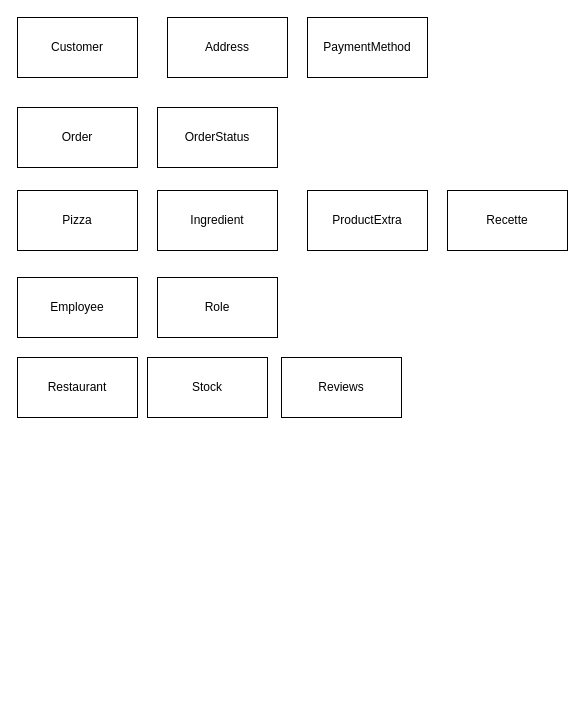
The draw.io diagram livrables/diagram_class_p6.drawio in gaetangr/P6_oc_pizza, before the edit. Source tidied: cells renumbered, new cells numbered last; positions are measured from the earlier drawing's top-left corner, leaving out a move shared by most shapes. Both pictures are drawn from the tidied source at 100%, with x=0, y=0 at pixel (17, 17).
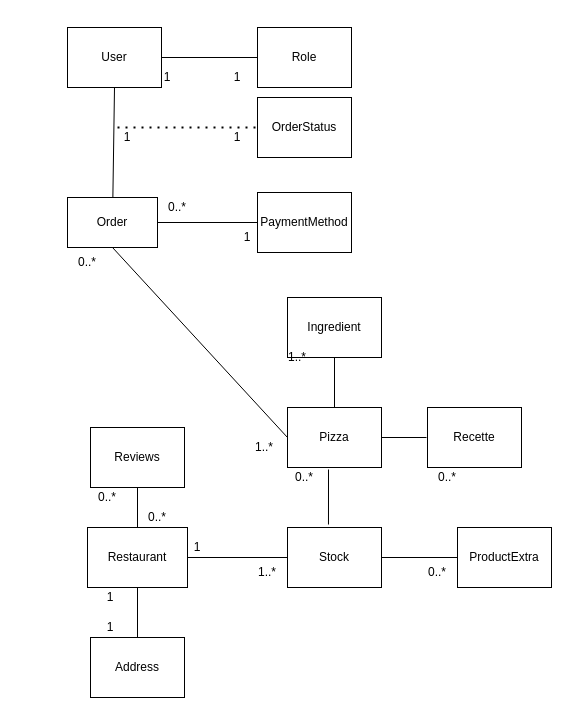
Above is the later version.

Change to the diagram source:
```diff
@@
-    <mxCell id="2" value="Customer" style="rounded=0;whiteSpace=wrap;html=1;" parent="1" vertex="1">
-      <mxGeometry width="120" height="60" as="geometry" />
-    </mxCell>
     <mxCell id="3" value="Pizza" style="rounded=0;whiteSpace=wrap;html=1;" parent="1" vertex="1">
-      <mxGeometry y="173" width="120" height="60" as="geometry" />
+      <mxGeometry x="270" y="390" width="94" height="60" as="geometry" />
     </mxCell>
     <mxCell id="4" value="Address" style="rounded=0;whiteSpace=wrap;html=1;" parent="1" vertex="1">
-      <mxGeometry x="150" width="120" height="60" as="geometry" />
+      <mxGeometry x="73" y="620" width="94" height="60" as="geometry" />
     </mxCell>
     <mxCell id="5" value="Restaurant&lt;br&gt;" style="rounded=0;whiteSpace=wrap;html=1;" parent="1" vertex="1">
-      <mxGeometry y="340" width="120" height="60" as="geometry" />
+      <mxGeometry x="70" y="510" width="100" height="60" as="geometry" />
     </mxCell>
     <mxCell id="6" value="ProductExtra" style="rounded=0;whiteSpace=wrap;html=1;" parent="1" vertex="1">
-      <mxGeometry x="290" y="173" width="120" height="60" as="geometry" />
+      <mxGeometry x="440" y="510" width="94" height="60" as="geometry" />
     </mxCell>
     <mxCell id="7" value="Order" style="rounded=0;whiteSpace=wrap;html=1;" parent="1" vertex="1">
-      <mxGeometry y="90" width="120" height="60" as="geometry" />
+      <mxGeometry x="50" y="180" width="90" height="50" as="geometry" />
     </mxCell>
     <mxCell id="8" value="OrderStatus" style="rounded=0;whiteSpace=wrap;html=1;" parent="1" vertex="1">
-      <mxGeometry x="140" y="90" width="120" height="60" as="geometry" />
+      <mxGeometry x="240" y="80" width="94" height="60" as="geometry" />
     </mxCell>
     <mxCell id="9" value="Role" style="rounded=0;whiteSpace=wrap;html=1;" parent="1" vertex="1">
-      <mxGeometry x="140" y="260" width="120" height="60" as="geometry" />
+      <mxGeometry x="240" y="10" width="94" height="60" as="geometry" />
     </mxCell>
     <mxCell id="10" value="Ingredient" style="rounded=0;whiteSpace=wrap;html=1;" parent="1" vertex="1">
-      <mxGeometry x="140" y="173" width="120" height="60" as="geometry" />
+      <mxGeometry x="270" y="280" width="94" height="60" as="geometry" />
     </mxCell>
+    <mxCell id="16" style="edgeStyle=orthogonalEdgeStyle;rounded=0;jettySize=auto;html=1;exitX=1;exitY=0.5;exitDx=0;exitDy=0;entryX=0;entryY=0.5;entryDx=0;entryDy=0;endArrow=none;endFill=0;" parent="1" edge="1" source="11" target="9">
+      <mxGeometry relative="1" as="geometry" />
+    </mxCell>
-    <mxCell id="11" value="Employee" style="rounded=0;whiteSpace=wrap;html=1;" parent="1" vertex="1">
-      <mxGeometry y="260" width="120" height="60" as="geometry" />
+    <mxCell id="11" value="User" style="rounded=0;whiteSpace=wrap;html=1;" parent="1" vertex="1">
+      <mxGeometry x="50" y="10" width="94" height="60" as="geometry" />
     </mxCell>
     <mxCell id="12" value="PaymentMethod" style="rounded=0;whiteSpace=wrap;html=1;" parent="1" vertex="1">
-      <mxGeometry x="290" width="120" height="60" as="geometry" />
+      <mxGeometry x="240" y="175" width="94" height="60" as="geometry" />
     </mxCell>
     <mxCell id="13" value="Reviews" style="rounded=0;whiteSpace=wrap;html=1;" parent="1" vertex="1">
-      <mxGeometry x="264" y="340" width="120" height="60" as="geometry" />
+      <mxGeometry x="73" y="410" width="94" height="60" as="geometry" />
     </mxCell>
     <mxCell id="14" value="Recette" style="rounded=0;whiteSpace=wrap;html=1;" parent="1" vertex="1">
-      <mxGeometry x="430" y="173" width="120" height="60" as="geometry" />
+      <mxGeometry x="410" y="390" width="94" height="60" as="geometry" />
     </mxCell>
     <mxCell id="15" value="Stock" style="rounded=0;whiteSpace=wrap;html=1;" parent="1" vertex="1">
-      <mxGeometry x="130" y="340" width="120" height="60" as="geometry" />
+      <mxGeometry x="270" y="510" width="94" height="60" as="geometry" />
     </mxCell>
+    <mxCell id="17" style="endArrow=none;html=1;strokeColor=#000000;exitX=1;exitY=0.5;exitDx=0;exitDy=0;entryX=0;entryY=0.5;entryDx=0;entryDy=0;" parent="1" edge="1" source="5" target="15">
+      <mxGeometry relative="1" as="geometry" />
+    </mxCell>
+    <mxCell id="18" style="endArrow=none;html=1;strokeColor=#000000;exitX=0.5;exitY=1;exitDx=0;exitDy=0;" parent="1" edge="1" source="5" target="4">
+      <mxGeometry relative="1" as="geometry" />
+    </mxCell>
+    <mxCell id="19" style="endArrow=none;html=1;strokeColor=#000000;exitX=0.5;exitY=0;exitDx=0;exitDy=0;entryX=0.5;entryY=1;entryDx=0;entryDy=0;" parent="1" edge="1" source="5" target="13">
+      <mxGeometry relative="1" as="geometry" />
+    </mxCell>
+    <mxCell id="20" style="endArrow=none;html=1;strokeColor=#000000;entryX=0.5;entryY=1;entryDx=0;entryDy=0;" parent="1" edge="1" source="7" target="11">
+      <mxGeometry relative="1" as="geometry" />
+    </mxCell>
+    <mxCell id="21" style="endArrow=none;dashed=1;html=1;dashPattern=1 3;strokeWidth=2;entryX=0;entryY=0.5;entryDx=0;entryDy=0;" parent="1" edge="1" target="8">
+      <mxGeometry relative="1" as="geometry">
+        <mxPoint x="100" y="110" as="sourcePoint" />
+      </mxGeometry>
+    </mxCell>
+    <mxCell id="22" style="endArrow=none;html=1;strokeColor=#000000;exitX=1;exitY=0.5;exitDx=0;exitDy=0;entryX=0;entryY=0.5;entryDx=0;entryDy=0;" parent="1" edge="1" source="7" target="12">
+      <mxGeometry relative="1" as="geometry" />
+    </mxCell>
+    <mxCell id="23" style="endArrow=none;html=1;strokeColor=#000000;exitX=0.5;exitY=0;exitDx=0;exitDy=0;entryX=0.5;entryY=1;entryDx=0;entryDy=0;" parent="1" edge="1" source="3" target="10">
+      <mxGeometry relative="1" as="geometry" />
+    </mxCell>
+    <mxCell id="24" style="endArrow=none;html=1;strokeColor=#000000;exitX=1;exitY=0.5;exitDx=0;exitDy=0;" parent="1" edge="1" source="3">
+      <mxGeometry relative="1" as="geometry">
+        <mxPoint x="409" y="420" as="targetPoint" />
+      </mxGeometry>
+    </mxCell>
+    <mxCell id="25" style="endArrow=none;html=1;strokeColor=#000000;entryX=0;entryY=0.5;entryDx=0;entryDy=0;exitX=1;exitY=0.5;exitDx=0;exitDy=0;" parent="1" edge="1" source="15" target="6">
+      <mxGeometry relative="1" as="geometry" />
+    </mxCell>
+    <mxCell id="26" style="endArrow=none;html=1;strokeColor=#000000;entryX=0.436;entryY=-0.05;entryDx=0;entryDy=0;entryPerimeter=0;" parent="1" edge="1" target="15">
+      <mxGeometry relative="1" as="geometry">
+        <mxPoint x="311" y="452" as="sourcePoint" />
+      </mxGeometry>
+    </mxCell>
+    <mxCell id="27" value="1" style="text;html=1;strokeColor=none;fillColor=none;align=center;verticalAlign=middle;whiteSpace=wrap;rounded=0;" parent="1" vertex="1">
+      <mxGeometry x="90" y="110" width="40" height="20" as="geometry" />
+    </mxCell>
+    <mxCell id="28" value="1" style="text;html=1;strokeColor=none;fillColor=none;align=center;verticalAlign=middle;whiteSpace=wrap;rounded=0;" parent="1" vertex="1">
+      <mxGeometry x="200" y="110" width="40" height="20" as="geometry" />
+    </mxCell>
+    <mxCell id="29" value="0..*" style="text;html=1;strokeColor=none;fillColor=none;align=center;verticalAlign=middle;whiteSpace=wrap;rounded=0;" parent="1" vertex="1">
+      <mxGeometry x="140" y="180" width="40" height="20" as="geometry" />
+    </mxCell>
+    <mxCell id="30" value="1..*" style="text;html=1;strokeColor=none;fillColor=none;align=center;verticalAlign=middle;whiteSpace=wrap;rounded=0;" parent="1" vertex="1">
+      <mxGeometry x="260" y="330" width="40" height="20" as="geometry" />
+    </mxCell>
+    <mxCell id="31" value="1" style="text;html=1;strokeColor=none;fillColor=none;align=center;verticalAlign=middle;whiteSpace=wrap;rounded=0;" parent="1" vertex="1">
+      <mxGeometry x="73" y="570" width="40" height="20" as="geometry" />
+    </mxCell>
+    <mxCell id="32" value="1" style="text;html=1;strokeColor=none;fillColor=none;align=center;verticalAlign=middle;whiteSpace=wrap;rounded=0;" parent="1" vertex="1">
+      <mxGeometry x="73" y="600" width="40" height="20" as="geometry" />
+    </mxCell>
+    <mxCell id="33" value="0..*" style="text;html=1;strokeColor=none;fillColor=none;align=center;verticalAlign=middle;whiteSpace=wrap;rounded=0;" parent="1" vertex="1">
+      <mxGeometry x="70" y="470" width="40" height="20" as="geometry" />
+    </mxCell>
+    <mxCell id="34" value="0..*" style="text;html=1;strokeColor=none;fillColor=none;align=center;verticalAlign=middle;whiteSpace=wrap;rounded=0;" parent="1" vertex="1">
+      <mxGeometry x="120" y="490" width="40" height="20" as="geometry" />
+    </mxCell>
+    <mxCell id="35" value="1..*" style="text;html=1;strokeColor=none;fillColor=none;align=center;verticalAlign=middle;whiteSpace=wrap;rounded=0;" parent="1" vertex="1">
+      <mxGeometry x="230" y="545" width="40" height="20" as="geometry" />
+    </mxCell>
+    <mxCell id="36" value="1" style="text;html=1;strokeColor=none;fillColor=none;align=center;verticalAlign=middle;whiteSpace=wrap;rounded=0;" parent="1" vertex="1">
+      <mxGeometry x="160" y="520" width="40" height="20" as="geometry" />
+    </mxCell>
+    <mxCell id="37" value="0..*" style="text;html=1;strokeColor=none;fillColor=none;align=center;verticalAlign=middle;whiteSpace=wrap;rounded=0;" parent="1" vertex="1">
+      <mxGeometry x="400" y="545" width="40" height="20" as="geometry" />
+    </mxCell>
+    <mxCell id="38" value="0..*" style="text;html=1;strokeColor=none;fillColor=none;align=center;verticalAlign=middle;whiteSpace=wrap;rounded=0;" parent="1" vertex="1">
+      <mxGeometry x="267" y="450" width="40" height="20" as="geometry" />
+    </mxCell>
+    <mxCell id="39" value="0..*" style="text;html=1;strokeColor=none;fillColor=none;align=center;verticalAlign=middle;whiteSpace=wrap;rounded=0;" parent="1" vertex="1">
+      <mxGeometry x="410" y="450" width="40" height="20" as="geometry" />
+    </mxCell>
+    <mxCell id="40" value="1" style="text;html=1;strokeColor=none;fillColor=none;align=center;verticalAlign=middle;whiteSpace=wrap;rounded=0;" parent="1" vertex="1">
+      <mxGeometry x="210" y="210" width="40" height="20" as="geometry" />
+    </mxCell>
+    <mxCell id="41" value="1" style="text;html=1;strokeColor=none;fillColor=none;align=center;verticalAlign=middle;whiteSpace=wrap;rounded=0;" parent="1" vertex="1">
+      <mxGeometry x="130" y="50" width="40" height="20" as="geometry" />
+    </mxCell>
+    <mxCell id="42" value="1" style="text;html=1;strokeColor=none;fillColor=none;align=center;verticalAlign=middle;whiteSpace=wrap;rounded=0;" parent="1" vertex="1">
+      <mxGeometry x="200" y="50" width="40" height="20" as="geometry" />
+    </mxCell>
+    <mxCell id="43" style="endArrow=none;html=1;strokeColor=#000000;entryX=0.5;entryY=1;entryDx=0;entryDy=0;exitX=0;exitY=0.5;exitDx=0;exitDy=0;" parent="1" edge="1" source="3" target="7">
+      <mxGeometry relative="1" as="geometry" />
+    </mxCell>
+    <mxCell id="44" value="0..*" style="text;html=1;strokeColor=none;fillColor=none;align=center;verticalAlign=middle;whiteSpace=wrap;rounded=0;" parent="1" vertex="1">
+      <mxGeometry x="50" y="235" width="40" height="20" as="geometry" />
+    </mxCell>
+    <mxCell id="45" value="1..*" style="text;html=1;strokeColor=none;fillColor=none;align=center;verticalAlign=middle;whiteSpace=wrap;rounded=0;" parent="1" vertex="1">
+      <mxGeometry x="227" y="420" width="40" height="20" as="geometry" />
+    </mxCell>
```
